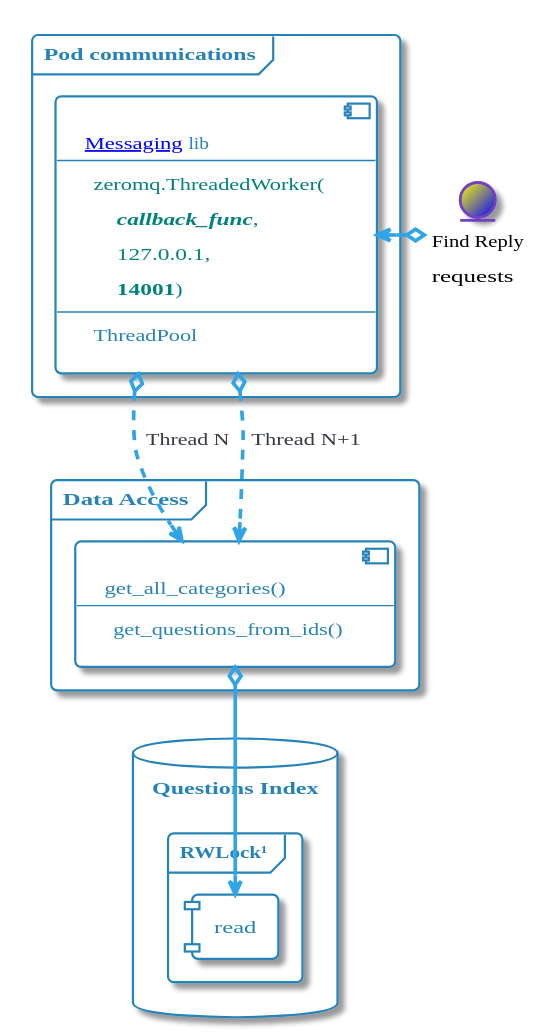
Before: images/plantuml/Admin/admin/Admin_Index.svg, a diagram exported from PlantUML (momenttech/maestro-architecture).
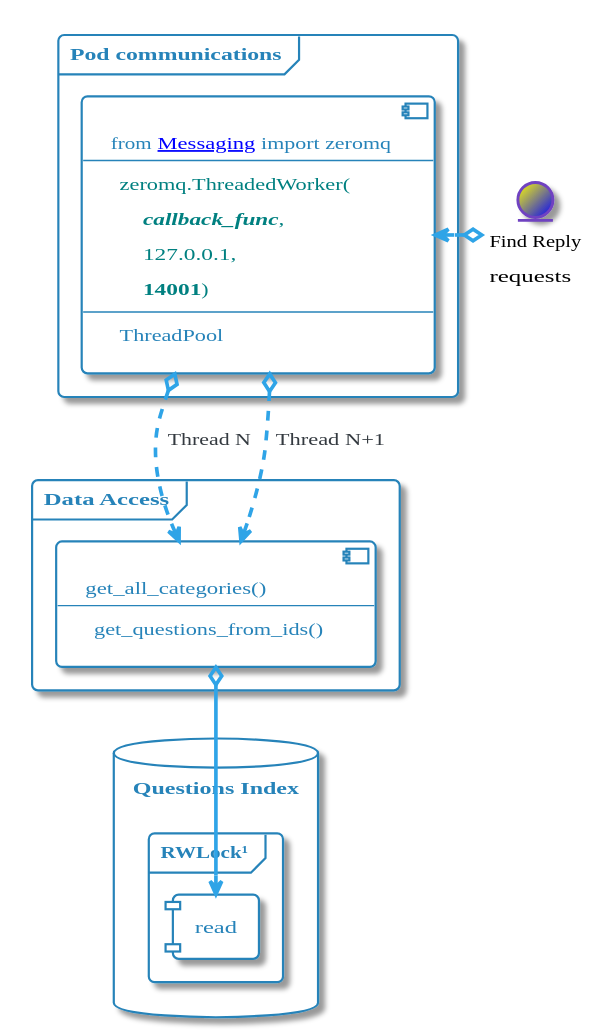
The same diagram one commit later.

Diff of the diagram source:
```diff
@@ -418,7 +418,7 @@
 
         frame "Pod communications" as AdminPodCom {
             component ADM_MSG [
-                [[http://10.165.64.205/AI/Messaging Messaging]] lib
+                from [[http://10.165.64.205/AI/Messaging Messaging]] import zeromq
                 ----
                 <color:teal>zeromq.ThreadedWorker(</color>
                 <color:teal>    <i><b>callback_func</b></i>,</color>
```
